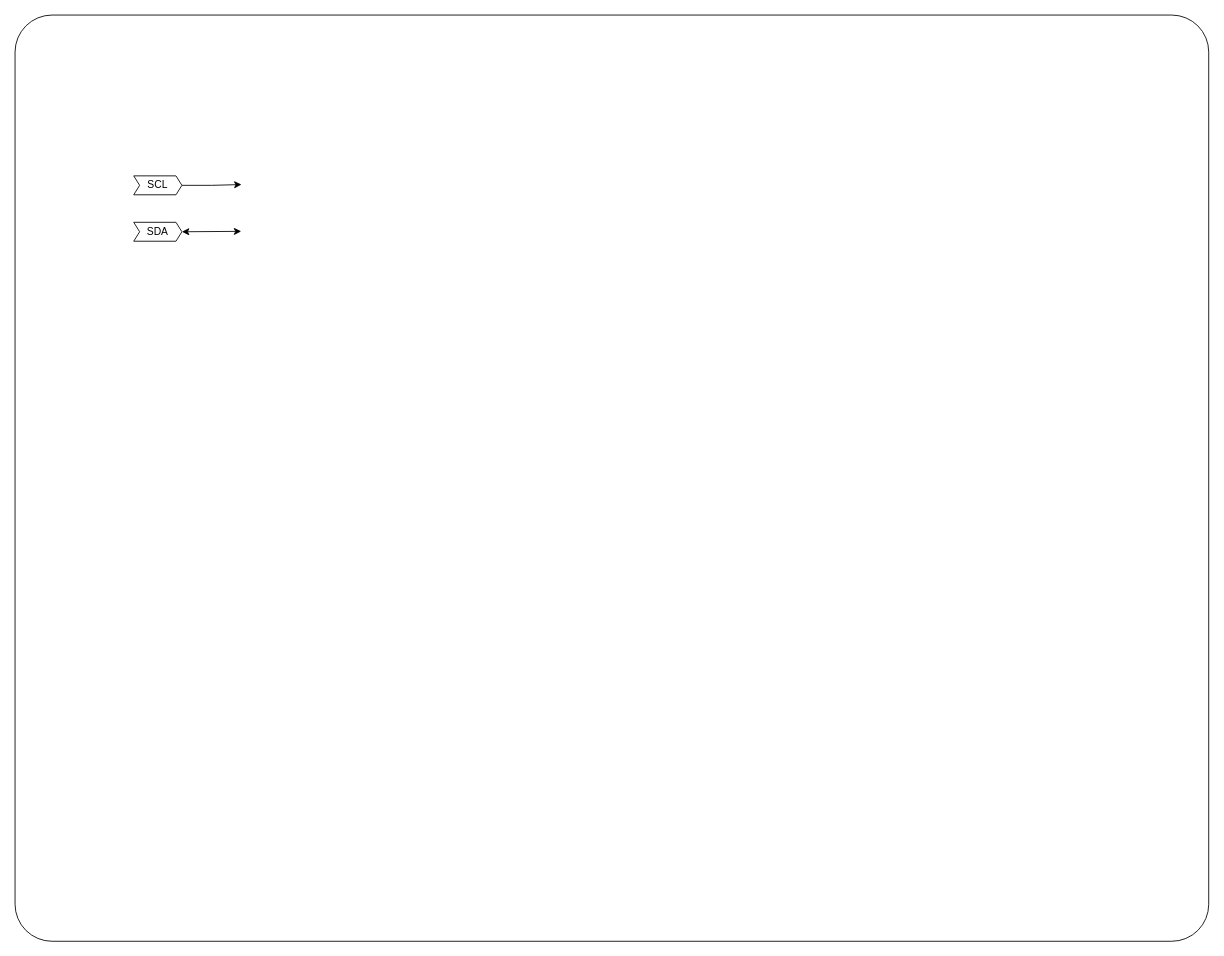
This is page "MT9V111" (3 of 4) of projects/vicon_cmgj/diagram/vicon.drawio from carlosmgj/VICON, a draw.io file, before an edit. Source tidied: cells renumbered, new cells numbered last; positions are measured from the earlier drawing's top-left corner, leaving out a move shared by most shapes. Both pictures are drawn from the tidied source at 86%, with x=0, y=0 at pixel (15, 15).
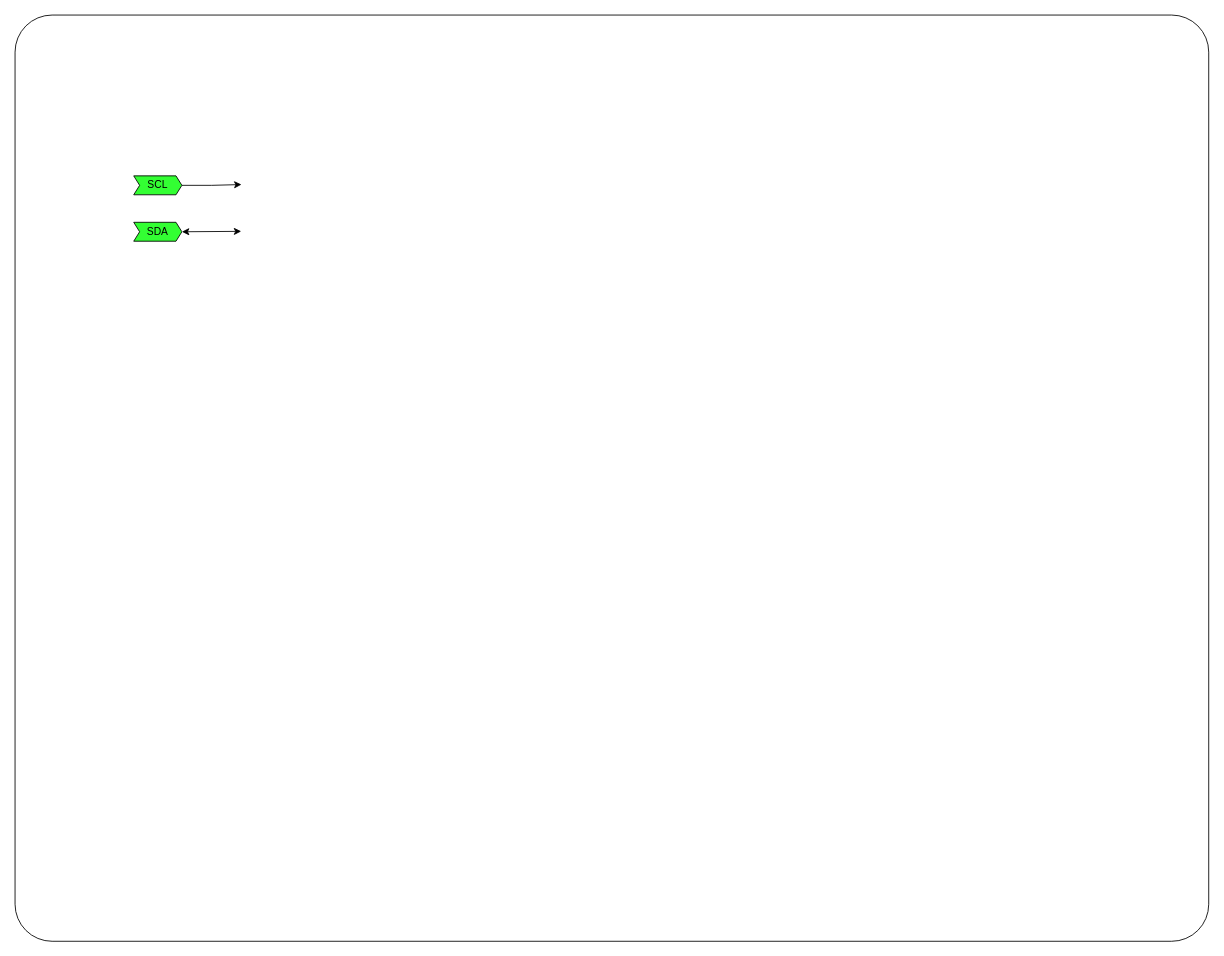
The same diagram, later.

Change to the diagram source:
```diff
@@
 <mxGraphModel background="#ffffff">
   <root>
     <mxCell id="0" />
     <mxCell id="1" parent="0" />
     <mxCell id="2" style="rounded=1;whiteSpace=wrap;html=1;arcSize=4;" parent="1" vertex="1">
       <mxGeometry width="1388" height="1077" as="geometry" />
     </mxCell>
-    <mxCell id="3" value="SDA" style="shape=step;perimeter=stepPerimeter;whiteSpace=wrap;html=1;fixedSize=1;size=6.8620689655173805;labelBackgroundColor=none;rounded=0;flipH=0;" parent="1" vertex="1">
+    <mxCell id="3" value="SDA" style="shape=step;perimeter=stepPerimeter;whiteSpace=wrap;html=1;fixedSize=1;size=6.8620689655173805;labelBackgroundColor=none;rounded=0;flipH=0;fillColor=#33FF33;" parent="1" vertex="1">
       <mxGeometry x="138" y="241" width="56" height="22" as="geometry" />
     </mxCell>
-    <mxCell id="4" value="SCL" style="shape=step;perimeter=stepPerimeter;whiteSpace=wrap;html=1;fixedSize=1;size=6.8620689655173805;labelBackgroundColor=none;rounded=0;flipH=0;" parent="1" vertex="1">
+    <mxCell id="4" value="SCL" style="shape=step;perimeter=stepPerimeter;whiteSpace=wrap;html=1;fixedSize=1;size=6.8620689655173805;labelBackgroundColor=none;rounded=0;flipH=0;fillColor=#33FF33;" parent="1" vertex="1">
       <mxGeometry x="138" y="187" width="56" height="22" as="geometry" />
     </mxCell>
     <mxCell id="5" style="edgeStyle=orthogonalEdgeStyle;rounded=0;jettySize=auto;html=1;entryX=0.001;entryY=0.145;entryDx=0;entryDy=0;entryPerimeter=0;labelBackgroundColor=none;fontColor=default;" parent="1" edge="1" source="4">
       <mxGeometry relative="1" as="geometry">
         <mxPoint x="263.3" y="197.1" as="targetPoint" />
       </mxGeometry>
     </mxCell>
     <mxCell id="6" style="edgeStyle=orthogonalEdgeStyle;rounded=0;jettySize=auto;html=1;exitX=1;exitY=0.5;exitDx=0;exitDy=0;entryX=0;entryY=0.316;entryDx=0;entryDy=0;entryPerimeter=0;startArrow=classic;startFill=1;labelBackgroundColor=none;fontColor=default;" parent="1" edge="1" source="3">
       <mxGeometry relative="1" as="geometry">
         <mxPoint x="263" y="251.5" as="targetPoint" />
       </mxGeometry>
     </mxCell>
   </root>
 </mxGraphModel>
```
